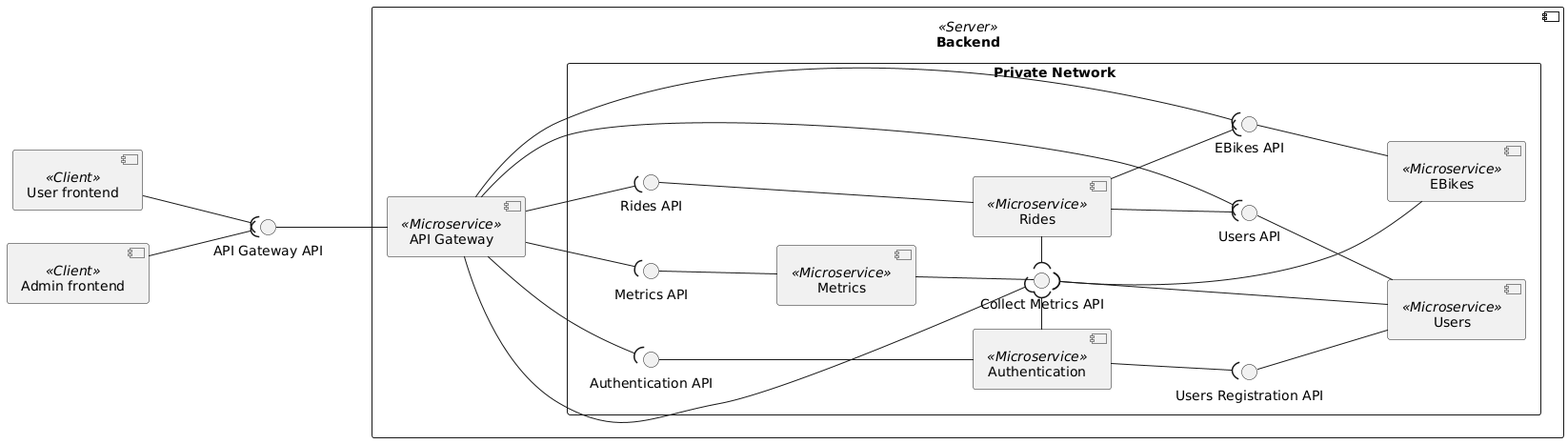
Before: doc/diagrams/components.png, a diagram exported from PlantUML (Ventus218/SAP-assignment-03). The source it was exported from:
```plantuml
@startuml components

left to right direction

component "User frontend" as UserFE <<Client>>
component "Admin frontend" as AdminFE <<Client>>

component Backend <<Server>> {
    component "API Gateway" <<Microservice>> as APIGateway

    rectangle "Private Network" {
        component "Metrics" <<Microservice>> as Metrics
        interface "Metrics API" as MetricsAPI
        interface "Collect Metrics API" as CollectMetricsAPI

        component "EBikes" <<Microservice>> as EBikes
        interface "EBikes API" as EBikesAPI

        component "Users" <<Microservice>> as Users
        interface "Users API" as UsersAPI

        component "Rides" <<Microservice>> as Rides
        interface "Rides API" as RidesAPI

        component "Authentication" <<Microservice>> as AuthService
        interface "Authentication API" as AuthAPI
        interface "Users Registration API" as UserRegistrationAPI

        APIGateway --( MetricsAPI
        APIGateway --( CollectMetricsAPI
        Metrics -u-() MetricsAPI

        Metrics --() CollectMetricsAPI

        APIGateway --( EBikesAPI
        EBikes -u-() EBikesAPI
        EBikes -u-( CollectMetricsAPI

        APIGateway --( UsersAPI
        Users -u-() UsersAPI
        Users -u-() UserRegistrationAPI
        Users -u-( CollectMetricsAPI

        APIGateway --( RidesAPI
        Rides --u-() RidesAPI
        Rides --( UsersAPI
        Rides --( EBikesAPI
        Rides -l-( CollectMetricsAPI

        APIGateway --( AuthAPI
        AuthService --u-() AuthAPI
        AuthService --( UserRegistrationAPI
        AuthService -r-( CollectMetricsAPI
    }
}

APIGateway -u-() "API Gateway API"
UserFE --( "API Gateway API"
AdminFE --( "API Gateway API"

@enduml
```
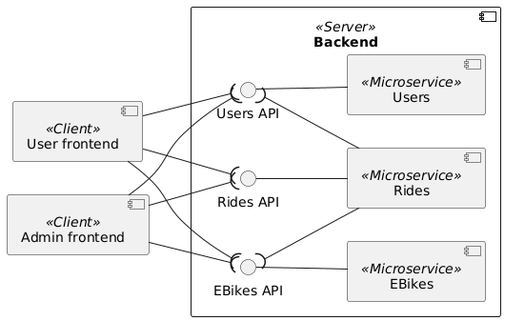
Above is the later version.

Diff of the diagram source:
```diff
@@ -6,56 +6,30 @@
 component "Admin frontend" as AdminFE <<Client>>
 
 component Backend <<Server>> {
-    component "API Gateway" <<Microservice>> as APIGateway
 
-    rectangle "Private Network" {
-        component "Metrics" <<Microservice>> as Metrics
-        interface "Metrics API" as MetricsAPI
-        interface "Collect Metrics API" as CollectMetricsAPI
+    component "EBikes" <<Microservice>> as EBikes
+    interface "EBikes API" as EBikesAPI
 
-        component "EBikes" <<Microservice>> as EBikes
-        interface "EBikes API" as EBikesAPI
+    component "Users" <<Microservice>> as Users
+    interface "Users API" as UsersAPI
 
-        component "Users" <<Microservice>> as Users
-        interface "Users API" as UsersAPI
+    component "Rides" <<Microservice>> as Rides
+    interface "Rides API" as RidesAPI
 
-        component "Rides" <<Microservice>> as Rides
-        interface "Rides API" as RidesAPI
+    EBikes -u-() EBikesAPI
 
-        component "Authentication" <<Microservice>> as AuthService
-        interface "Authentication API" as AuthAPI
-        interface "Users Registration API" as UserRegistrationAPI
+    Users -u-() UsersAPI
 
-        APIGateway --( MetricsAPI
-        APIGateway --( CollectMetricsAPI
-        Metrics -u-() MetricsAPI
-
-        Metrics --() CollectMetricsAPI
-
-        APIGateway --( EBikesAPI
-        EBikes -u-() EBikesAPI
-        EBikes -u-( CollectMetricsAPI
-
-        APIGateway --( UsersAPI
-        Users -u-() UsersAPI
-        Users -u-() UserRegistrationAPI
-        Users -u-( CollectMetricsAPI
-
-        APIGateway --( RidesAPI
-        Rides --u-() RidesAPI
-        Rides --( UsersAPI
-        Rides --( EBikesAPI
-        Rides -l-( CollectMetricsAPI
-
-        APIGateway --( AuthAPI
-        AuthService --u-() AuthAPI
-        AuthService --( UserRegistrationAPI
-        AuthService -r-( CollectMetricsAPI
-    }
+    Rides -u-() RidesAPI
+    Rides -u-( UsersAPI
+    Rides -u-( EBikesAPI
 }
 
-APIGateway -u-() "API Gateway API"
-UserFE --( "API Gateway API"
-AdminFE --( "API Gateway API"
+UserFE --( RidesAPI
+UserFE --( UsersAPI
+UserFE --( EBikesAPI
+AdminFE --( RidesAPI
+AdminFE --( UsersAPI
+AdminFE --( EBikesAPI
 
 @enduml
```
